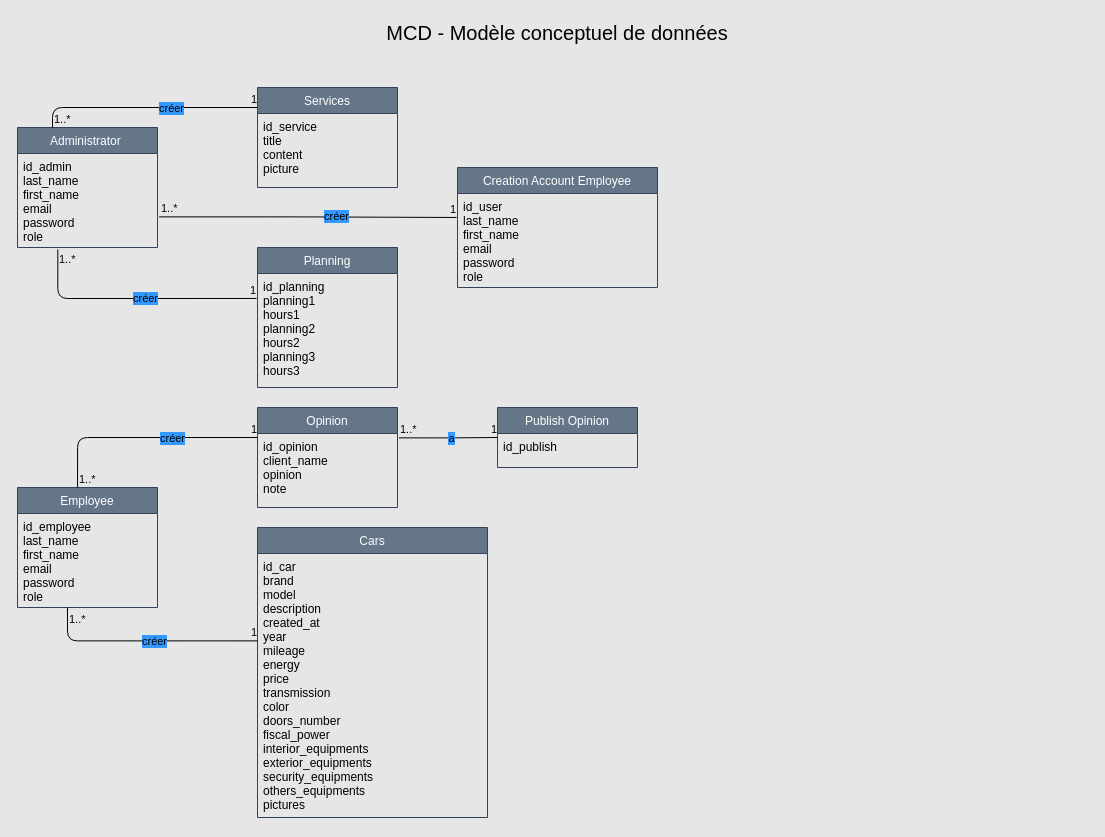
This is Diagrammes/MCD.drawio from Neeruam244/garageparrot, a draw.io file, before an edit. Source tidied: cells renumbered, new cells numbered last; positions are measured from the earlier drawing's top-left corner, leaving out a move shared by most shapes. Both pictures are drawn from the tidied source at 100%, with x=0, y=0 at pixel (17, 17).
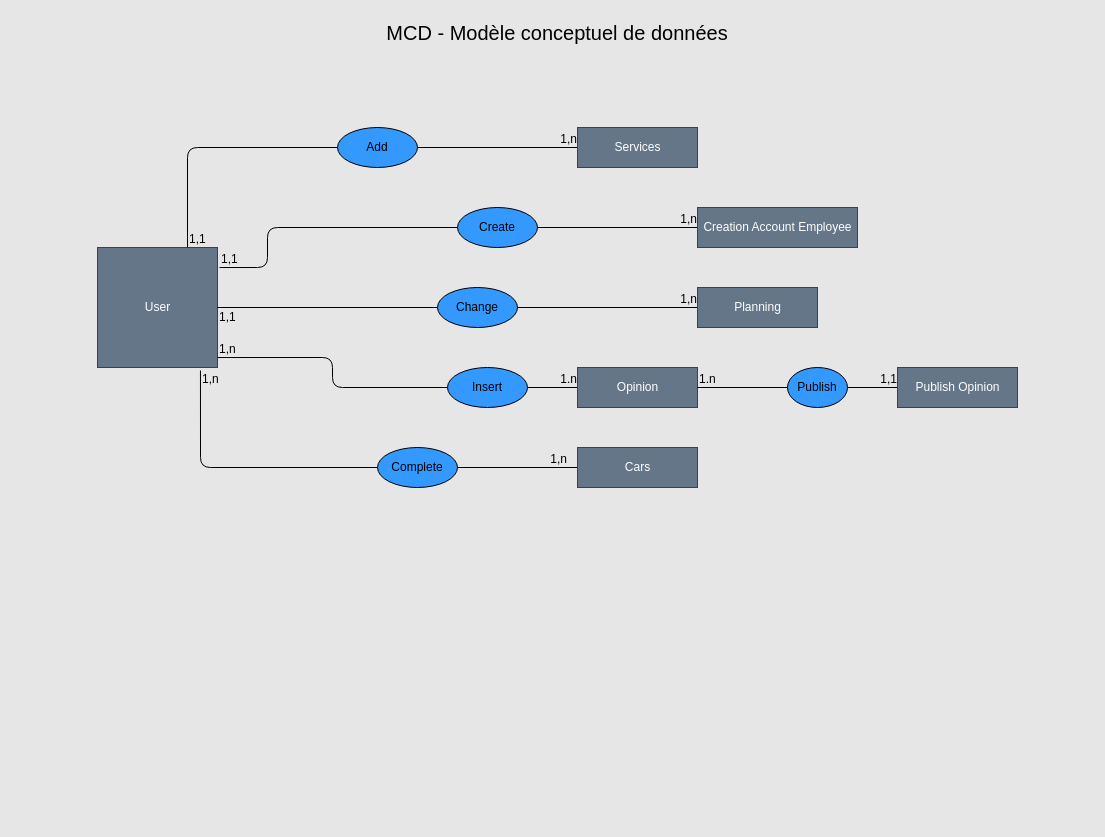
The same page after the edit.

What changed in the source:
```diff
@@
-    <mxCell id="2" value="Administrator " style="swimlane;fontStyle=0;horizontal=1;startSize=26;fillColor=#647687;fontColor=#ffffff;strokeColor=#314354;" parent="1" vertex="1">
-      <mxGeometry y="110" width="140" height="120" as="geometry" />
-    </mxCell>
-    <mxCell id="3" value="id_admin&#10;last_name&#10;first_name&#10;email &#10;password &#10;role " style="text;strokeColor=none;fillColor=none;align=left;verticalAlign=top;spacingLeft=4;spacingRight=4;overflow=hidden;points=[[0,0.5],[1,0.5]];portConstraint=eastwest;fontColor=#000000;" parent="2" vertex="1">
-      <mxGeometry y="26" width="140" height="94" as="geometry" />
-    </mxCell>
-    <mxCell id="4" value="Employee" style="swimlane;fontStyle=0;horizontal=1;startSize=26;fillColor=#647687;fontColor=#ffffff;strokeColor=#314354;" parent="1" vertex="1">
-      <mxGeometry y="470" width="140" height="120" as="geometry" />
-    </mxCell>
-    <mxCell id="5" value="id_employee&#10;last_name&#10;first_name&#10;email &#10;password &#10;role " style="text;strokeColor=none;fillColor=none;align=left;verticalAlign=top;spacingLeft=4;spacingRight=4;overflow=hidden;points=[[0,0.5],[1,0.5]];portConstraint=eastwest;fontColor=#000000;" parent="4" vertex="1">
-      <mxGeometry y="26" width="140" height="94" as="geometry" />
-    </mxCell>
-    <mxCell id="6" value="Creation Account Employee" style="swimlane;fontStyle=0;horizontal=1;startSize=26;fillColor=#647687;fontColor=#ffffff;strokeColor=#314354;" parent="1" vertex="1">
-      <mxGeometry x="440" y="150" width="200" height="120" as="geometry" />
-    </mxCell>
-    <mxCell id="7" value="id_user&#10;last_name&#10;first_name&#10;email &#10;password &#10;role " style="text;strokeColor=none;fillColor=none;align=left;verticalAlign=top;spacingLeft=4;spacingRight=4;overflow=hidden;points=[[0,0.5],[1,0.5]];portConstraint=eastwest;fontColor=#000000;" parent="6" vertex="1">
-      <mxGeometry y="26" width="200" height="94" as="geometry" />
-    </mxCell>
-    <mxCell id="8" value="Services" style="swimlane;fontStyle=0;horizontal=1;startSize=26;fillColor=#647687;fontColor=#ffffff;strokeColor=#314354;" parent="1" vertex="1">
-      <mxGeometry x="240" y="70" width="140" height="100" as="geometry" />
-    </mxCell>
-    <mxCell id="9" value="id_service&#10;title&#10;content &#10;picture " style="text;strokeColor=none;fillColor=none;align=left;verticalAlign=top;spacingLeft=4;spacingRight=4;overflow=hidden;fontColor=#000000;" parent="8" vertex="1">
-      <mxGeometry y="26" width="140" height="74" as="geometry" />
-    </mxCell>
-    <mxCell id="10" value="Planning" style="swimlane;fontStyle=0;horizontal=1;startSize=26;fillColor=#647687;fontColor=#ffffff;strokeColor=#314354;" parent="1" vertex="1">
-      <mxGeometry x="240" y="230" width="140" height="140" as="geometry" />
-    </mxCell>
-    <mxCell id="11" value="id_planning&#10;planning1 &#10;hours1 &#10;planning2 &#10;hours2 &#10;planning3 &#10;hours3 " style="text;strokeColor=none;fillColor=none;align=left;verticalAlign=top;spacingLeft=4;spacingRight=4;overflow=hidden;points=[[0,0.5],[1,0.5]];portConstraint=eastwest;fontColor=#000000;" parent="10" vertex="1">
-      <mxGeometry y="26" width="140" height="114" as="geometry" />
-    </mxCell>
-    <mxCell id="12" value="Opinion" style="swimlane;fontStyle=0;horizontal=1;startSize=26;fillColor=#647687;fontColor=#ffffff;strokeColor=#314354;" parent="1" vertex="1">
-      <mxGeometry x="240" y="390" width="140" height="100" as="geometry" />
-    </mxCell>
-    <mxCell id="13" value="id_opinion&#10;client_name &#10;opinion&#10;note" style="text;strokeColor=none;fillColor=none;align=left;verticalAlign=top;spacingLeft=4;spacingRight=4;overflow=hidden;points=[[0,0.5],[1,0.5]];portConstraint=eastwest;fontColor=#000000;" parent="12" vertex="1">
-      <mxGeometry y="26" width="140" height="74" as="geometry" />
-    </mxCell>
-    <mxCell id="14" value="Cars" style="swimlane;fontStyle=0;horizontal=1;startSize=26;fillColor=#647687;fontColor=#ffffff;strokeColor=#314354;" parent="1" vertex="1">
-      <mxGeometry x="240" y="510" width="230" height="290" as="geometry" />
-    </mxCell>
-    <mxCell id="15" value="id_car&#10;brand&#10;model&#10;description&#10;created_at&#10;year&#10;mileage&#10;energy&#10;price&#10;transmission&#10;color&#10;doors_number&#10;fiscal_power&#10;interior_equipments&#10;exterior_equipments&#10;security_equipments&#10;others_equipments&#10;pictures" style="text;strokeColor=none;fillColor=none;align=left;verticalAlign=top;spacingLeft=4;spacingRight=4;overflow=hidden;points=[[0,0.5],[1,0.5]];portConstraint=eastwest;fontColor=#000000;" parent="14" vertex="1">
-      <mxGeometry y="26" width="230" height="264" as="geometry" />
-    </mxCell>
-    <mxCell id="16" value="Publish Opinion" style="swimlane;fontStyle=0;horizontal=1;startSize=26;fillColor=#647687;fontColor=#ffffff;strokeColor=#314354;" parent="1" vertex="1">
-      <mxGeometry x="480" y="390" width="140" height="60" as="geometry" />
-    </mxCell>
-    <mxCell id="17" value="id_publish&#10;" style="text;strokeColor=none;fillColor=none;align=left;verticalAlign=top;spacingLeft=4;spacingRight=4;overflow=hidden;points=[[0,0.5],[1,0.5]];portConstraint=eastwest;fontColor=#000000;" parent="16" vertex="1">
-      <mxGeometry y="26" width="140" height="34" as="geometry" />
-    </mxCell>
@@
-    <mxCell id="19" style="endArrow=none;html=1;edgeStyle=orthogonalEdgeStyle;strokeColor=#000000;exitX=0.25;exitY=0;exitDx=0;exitDy=0;entryX=0;entryY=0.2;entryDx=0;entryDy=0;entryPerimeter=0;" parent="1" edge="1" source="2" target="8">
+    <mxCell id="19" style="endArrow=none;html=1;edgeStyle=orthogonalEdgeStyle;strokeColor=#000000;exitX=1;exitY=0.5;exitDx=0;exitDy=0;entryX=0;entryY=0.5;entryDx=0;entryDy=0;startArrow=none;" parent="1" edge="1" source="46" target="8">
       <mxGeometry relative="1" as="geometry" />
     </mxCell>
-    <mxCell id="20" value="1..*" style="edgeLabel;html=1;align=left;verticalAlign=bottom;labelBackgroundColor=none;fontColor=#000000;" parent="19" vertex="1">
-      <mxGeometry x="-1" relative="1" as="geometry" />
-    </mxCell>
-    <mxCell id="21" value="1" style="edgeLabel;html=1;align=right;verticalAlign=bottom;labelBackgroundColor=none;fontColor=#000000;" parent="19" vertex="1">
+    <mxCell id="21" value="1,n" style="edgeLabel;html=1;align=right;verticalAlign=bottom;labelBackgroundColor=none;fontColor=#000000;fontSize=12;" parent="19" vertex="1">
       <mxGeometry x="1" relative="1" as="geometry" />
     </mxCell>
-    <mxCell id="22" value="créer" style="edgeLabel;html=1;align=center;verticalAlign=middle;labelBackgroundColor=#3399FF;fontColor=#000000;" parent="19" vertex="1">
-      <mxGeometry x="0.23" relative="1" as="geometry" />
-    </mxCell>
-    <mxCell id="23" style="endArrow=none;html=1;edgeStyle=orthogonalEdgeStyle;strokeColor=#000000;exitX=0.288;exitY=1.021;exitDx=0;exitDy=0;exitPerimeter=0;entryX=-0.007;entryY=0.219;entryDx=0;entryDy=0;entryPerimeter=0;" parent="1" edge="1" source="3" target="11">
-      <mxGeometry relative="1" as="geometry">
-        <Array as="points">
-          <mxPoint x="40" y="281" />
-        </Array>
-      </mxGeometry>
+    <mxCell id="23" style="endArrow=none;html=1;edgeStyle=orthogonalEdgeStyle;strokeColor=#000000;exitX=1;exitY=0.5;exitDx=0;exitDy=0;entryX=0;entryY=0.5;entryDx=0;entryDy=0;startArrow=none;" parent="1" edge="1" source="49" target="10">
+      <mxGeometry relative="1" as="geometry" />
     </mxCell>
-    <mxCell id="24" value="1..*" style="edgeLabel;html=1;align=left;verticalAlign=bottom;labelBackgroundColor=none;fontColor=#000000;" parent="23" vertex="1">
-      <mxGeometry x="-1" relative="1" as="geometry">
-        <mxPoint y="18" as="offset" />
-      </mxGeometry>
-    </mxCell>
-    <mxCell id="25" value="1" style="edgeLabel;html=1;align=right;verticalAlign=bottom;labelBackgroundColor=none;fontColor=#000000;" parent="23" vertex="1">
+    <mxCell id="25" value="1,n" style="edgeLabel;html=1;align=right;verticalAlign=bottom;labelBackgroundColor=none;fontColor=#000000;fontSize=12;" parent="23" vertex="1">
       <mxGeometry x="1" relative="1" as="geometry" />
     </mxCell>
-    <mxCell id="26" value="créer" style="edgeLabel;html=1;align=center;verticalAlign=middle;labelBackgroundColor=#3399FF;fontColor=#000000;" parent="23" vertex="1">
-      <mxGeometry x="0.1" relative="1" as="geometry" />
-    </mxCell>
-    <mxCell id="27" style="endArrow=none;html=1;edgeStyle=orthogonalEdgeStyle;strokeColor=#000000;entryX=-0.005;entryY=0.255;entryDx=0;entryDy=0;entryPerimeter=0;exitX=1.012;exitY=0.674;exitDx=0;exitDy=0;exitPerimeter=0;" parent="1" edge="1" source="3" target="7">
+    <mxCell id="27" style="endArrow=none;html=1;edgeStyle=orthogonalEdgeStyle;strokeColor=#000000;entryX=0;entryY=0.5;entryDx=0;entryDy=0;exitX=1;exitY=0.5;exitDx=0;exitDy=0;startArrow=none;" parent="1" edge="1" source="58" target="6">
       <mxGeometry relative="1" as="geometry" />
     </mxCell>
-    <mxCell id="28" value="1..*" style="edgeLabel;html=1;align=left;verticalAlign=bottom;labelBackgroundColor=none;fontColor=#000000;" parent="27" vertex="1">
-      <mxGeometry x="-1" relative="1" as="geometry" />
-    </mxCell>
-    <mxCell id="29" value="1" style="edgeLabel;html=1;align=right;verticalAlign=bottom;labelBackgroundColor=none;fontColor=#000000;" parent="27" vertex="1">
+    <mxCell id="29" value="1,n" style="edgeLabel;html=1;align=right;verticalAlign=bottom;labelBackgroundColor=none;fontColor=#000000;fontSize=12;" parent="27" vertex="1">
       <mxGeometry x="1" relative="1" as="geometry" />
     </mxCell>
-    <mxCell id="30" value="créer" style="edgeLabel;html=1;align=center;verticalAlign=middle;labelBackgroundColor=#3399FF;fontColor=#000000;" parent="27" vertex="1">
-      <mxGeometry x="0.19" y="1" relative="1" as="geometry" />
-    </mxCell>
-    <mxCell id="31" style="endArrow=none;html=1;edgeStyle=orthogonalEdgeStyle;strokeColor=#000000;fontColor=#000000;exitX=0.429;exitY=0;exitDx=0;exitDy=0;exitPerimeter=0;entryX=0;entryY=0.054;entryDx=0;entryDy=0;entryPerimeter=0;" parent="1" edge="1" source="4" target="13">
+    <mxCell id="31" style="endArrow=none;html=1;edgeStyle=orthogonalEdgeStyle;strokeColor=#000000;fontColor=#000000;exitX=1;exitY=0.5;exitDx=0;exitDy=0;entryX=0;entryY=0.5;entryDx=0;entryDy=0;startArrow=none;" parent="1" edge="1" source="52" target="12">
       <mxGeometry relative="1" as="geometry" />
     </mxCell>
-    <mxCell id="32" value="1..*" style="edgeLabel;html=1;align=left;verticalAlign=bottom;labelBackgroundColor=none;fontColor=#000000;" parent="31" vertex="1">
-      <mxGeometry x="-1" relative="1" as="geometry" />
-    </mxCell>
-    <mxCell id="33" value="1" style="edgeLabel;html=1;align=right;verticalAlign=bottom;labelBackgroundColor=none;fontColor=#000000;" parent="31" vertex="1">
+    <mxCell id="33" value="1.n" style="edgeLabel;html=1;align=right;verticalAlign=bottom;labelBackgroundColor=none;fontColor=#000000;fontSize=12;" parent="31" vertex="1">
       <mxGeometry x="1" relative="1" as="geometry" />
     </mxCell>
-    <mxCell id="34" value="créer" style="edgeLabel;html=1;align=center;verticalAlign=middle;fontColor=#000000;labelBackgroundColor=#3399FF;" parent="31" vertex="1">
-      <mxGeometry x="0.25" y="-1" relative="1" as="geometry" />
-    </mxCell>
-    <mxCell id="35" style="endArrow=none;html=1;edgeStyle=orthogonalEdgeStyle;strokeColor=#000000;fontColor=#000000;exitX=0.357;exitY=1;exitDx=0;exitDy=0;exitPerimeter=0;entryX=0;entryY=0.331;entryDx=0;entryDy=0;entryPerimeter=0;" parent="1" edge="1" source="5" target="15">
+    <mxCell id="35" style="endArrow=none;html=1;edgeStyle=orthogonalEdgeStyle;strokeColor=#000000;fontColor=#000000;exitX=1;exitY=0.5;exitDx=0;exitDy=0;entryX=0;entryY=0.5;entryDx=0;entryDy=0;startArrow=none;" parent="1" edge="1" source="55" target="14">
       <mxGeometry relative="1" as="geometry" />
     </mxCell>
-    <mxCell id="36" value="1..*" style="edgeLabel;html=1;align=left;verticalAlign=bottom;labelBackgroundColor=none;fontColor=#000000;" parent="35" vertex="1">
-      <mxGeometry x="-1" relative="1" as="geometry">
-        <mxPoint y="20" as="offset" />
-      </mxGeometry>
-    </mxCell>
-    <mxCell id="37" value="1" style="edgeLabel;html=1;align=right;verticalAlign=bottom;labelBackgroundColor=none;fontColor=#000000;" parent="35" vertex="1">
-      <mxGeometry x="1" relative="1" as="geometry" />
+    <mxCell id="37" value="1,n" style="edgeLabel;html=1;align=right;verticalAlign=bottom;labelBackgroundColor=none;fontColor=#000000;fontSize=12;" parent="35" vertex="1">
+      <mxGeometry x="1" relative="1" as="geometry">
+        <mxPoint x="-10" as="offset" />
+      </mxGeometry>
     </mxCell>
-    <mxCell id="38" value="créer" style="edgeLabel;html=1;align=center;verticalAlign=middle;fontColor=#000000;labelBackgroundColor=#3399FF;" parent="35" vertex="1">
-      <mxGeometry x="0.07" relative="1" as="geometry" />
-    </mxCell>
-    <mxCell id="39" style="endArrow=none;html=1;edgeStyle=orthogonalEdgeStyle;strokeColor=#000000;fontColor=#000000;entryX=0;entryY=0.118;entryDx=0;entryDy=0;entryPerimeter=0;exitX=1.01;exitY=0.059;exitDx=0;exitDy=0;exitPerimeter=0;" parent="1" edge="1" source="13" target="17">
+    <mxCell id="39" style="endArrow=none;html=1;edgeStyle=orthogonalEdgeStyle;strokeColor=#000000;fontColor=#000000;entryX=0;entryY=0.5;entryDx=0;entryDy=0;exitX=1;exitY=0.5;exitDx=0;exitDy=0;startArrow=none;" parent="1" edge="1" source="61" target="16">
       <mxGeometry relative="1" as="geometry" />
     </mxCell>
-    <mxCell id="40" value="1..*" style="edgeLabel;html=1;align=left;verticalAlign=bottom;labelBackgroundColor=none;fontColor=#000000;" parent="39" vertex="1">
-      <mxGeometry x="-1" relative="1" as="geometry" />
-    </mxCell>
-    <mxCell id="41" value="1" style="edgeLabel;html=1;align=right;verticalAlign=bottom;labelBackgroundColor=none;fontColor=#000000;" parent="39" vertex="1">
+    <mxCell id="41" value="1,1" style="edgeLabel;html=1;align=right;verticalAlign=bottom;labelBackgroundColor=none;fontColor=#000000;fontSize=12;" parent="39" vertex="1">
       <mxGeometry x="1" relative="1" as="geometry" />
     </mxCell>
-    <mxCell id="42" value="a" style="edgeLabel;html=1;align=center;verticalAlign=middle;fontColor=#000000;labelBackgroundColor=#3399FF;" parent="39" vertex="1">
-      <mxGeometry x="0.08" relative="1" as="geometry" />
-    </mxCell>
+    <mxCell id="43" value="User" style="html=1;labelBackgroundColor=none;fontColor=#ffffff;fillColor=#647687;strokeColor=#314354;" parent="1" vertex="1">
+      <mxGeometry x="80" y="230" width="120" height="120" as="geometry" />
+    </mxCell>
+    <mxCell id="8" value="Services" style="html=1;labelBackgroundColor=none;fontColor=#ffffff;fillColor=#647687;strokeColor=#314354;" parent="1" vertex="1">
+      <mxGeometry x="560" y="110" width="120" height="40" as="geometry" />
+    </mxCell>
+    <mxCell id="10" value="Planning" style="html=1;labelBackgroundColor=none;fontColor=#ffffff;fillColor=#647687;strokeColor=#314354;" parent="1" vertex="1">
+      <mxGeometry x="680" y="270" width="120" height="40" as="geometry" />
+    </mxCell>
+    <mxCell id="6" value="Creation Account Employee" style="html=1;labelBackgroundColor=none;fontColor=#ffffff;fillColor=#647687;strokeColor=#314354;" parent="1" vertex="1">
+      <mxGeometry x="680" y="190" width="160" height="40" as="geometry" />
+    </mxCell>
+    <mxCell id="12" value="Opinion" style="html=1;labelBackgroundColor=none;fontColor=#ffffff;fillColor=#647687;strokeColor=#314354;" parent="1" vertex="1">
+      <mxGeometry x="560" y="350" width="120" height="40" as="geometry" />
+    </mxCell>
+    <mxCell id="16" value="Publish Opinion" style="html=1;labelBackgroundColor=none;fontColor=#ffffff;fillColor=#647687;strokeColor=#314354;" parent="1" vertex="1">
+      <mxGeometry x="880" y="350" width="120" height="40" as="geometry" />
+    </mxCell>
+    <mxCell id="14" value="Cars" style="html=1;labelBackgroundColor=none;fontColor=#ffffff;fillColor=#647687;strokeColor=#314354;" parent="1" vertex="1">
+      <mxGeometry x="560" y="430" width="120" height="40" as="geometry" />
+    </mxCell>
+    <mxCell id="44" style="endArrow=none;html=1;edgeStyle=orthogonalEdgeStyle;strokeColor=#000000;exitX=0.75;exitY=0;exitDx=0;exitDy=0;entryX=0;entryY=0.5;entryDx=0;entryDy=0;" parent="1" edge="1" source="43" target="46">
+      <mxGeometry relative="1" as="geometry">
+        <Array as="points">
+          <mxPoint x="170" y="130" />
+        </Array>
+      </mxGeometry>
+    </mxCell>
+    <mxCell id="45" value="1,1" style="edgeLabel;html=1;align=left;verticalAlign=bottom;labelBackgroundColor=none;fontColor=#000000;fontSize=12;" parent="44" vertex="1">
+      <mxGeometry x="-1" relative="1" as="geometry" />
+    </mxCell>
+    <mxCell id="46" value="Add" style="ellipse;whiteSpace=wrap;html=1;labelBackgroundColor=none;fontColor=#000000;fillColor=#3399FF;" parent="1" vertex="1">
+      <mxGeometry x="320" y="110" width="80" height="40" as="geometry" />
+    </mxCell>
+    <mxCell id="47" style="endArrow=none;html=1;edgeStyle=orthogonalEdgeStyle;strokeColor=#000000;entryX=0;entryY=0.5;entryDx=0;entryDy=0;exitX=1;exitY=0.5;exitDx=0;exitDy=0;" parent="1" edge="1" source="43" target="49">
+      <mxGeometry relative="1" as="geometry" />
+    </mxCell>
+    <mxCell id="48" value="1,1" style="edgeLabel;html=1;align=left;verticalAlign=bottom;labelBackgroundColor=none;fontColor=#000000;fontSize=12;" parent="47" vertex="1">
+      <mxGeometry x="-1" relative="1" as="geometry">
+        <mxPoint y="18" as="offset" />
+      </mxGeometry>
+    </mxCell>
+    <mxCell id="49" value="Change" style="ellipse;whiteSpace=wrap;html=1;labelBackgroundColor=none;fontColor=#000000;fillColor=#3399FF;" parent="1" vertex="1">
+      <mxGeometry x="420" y="270" width="80" height="40" as="geometry" />
+    </mxCell>
+    <mxCell id="50" style="endArrow=none;html=1;edgeStyle=orthogonalEdgeStyle;strokeColor=#000000;fontColor=#000000;exitX=1;exitY=0.917;exitDx=0;exitDy=0;entryX=0;entryY=0.5;entryDx=0;entryDy=0;exitPerimeter=0;" parent="1" edge="1" source="43" target="52">
+      <mxGeometry relative="1" as="geometry" />
+    </mxCell>
+    <mxCell id="51" value="1,n" style="edgeLabel;html=1;align=left;verticalAlign=bottom;labelBackgroundColor=none;fontColor=#000000;fontSize=12;" parent="50" vertex="1">
+      <mxGeometry x="-1" relative="1" as="geometry" />
+    </mxCell>
+    <mxCell id="52" value="Insert" style="ellipse;whiteSpace=wrap;html=1;labelBackgroundColor=none;fontColor=#000000;fillColor=#3399FF;" parent="1" vertex="1">
+      <mxGeometry x="430" y="350" width="80" height="40" as="geometry" />
+    </mxCell>
+    <mxCell id="53" style="endArrow=none;html=1;edgeStyle=orthogonalEdgeStyle;strokeColor=#000000;fontColor=#000000;exitX=0.858;exitY=1.025;exitDx=0;exitDy=0;exitPerimeter=0;entryX=0;entryY=0.5;entryDx=0;entryDy=0;" parent="1" edge="1" source="43" target="55">
+      <mxGeometry relative="1" as="geometry">
+        <Array as="points">
+          <mxPoint x="183" y="450" />
+        </Array>
+      </mxGeometry>
+    </mxCell>
+    <mxCell id="54" value="1,n" style="edgeLabel;html=1;align=left;verticalAlign=bottom;labelBackgroundColor=none;fontColor=#000000;fontSize=12;" parent="53" vertex="1">
+      <mxGeometry x="-1" relative="1" as="geometry">
+        <mxPoint y="17" as="offset" />
+      </mxGeometry>
+    </mxCell>
+    <mxCell id="55" value="Complete" style="ellipse;whiteSpace=wrap;html=1;labelBackgroundColor=none;fontColor=#000000;fillColor=#3399FF;" parent="1" vertex="1">
+      <mxGeometry x="360" y="430" width="80" height="40" as="geometry" />
+    </mxCell>
+    <mxCell id="56" style="endArrow=none;html=1;edgeStyle=orthogonalEdgeStyle;strokeColor=#000000;entryX=0;entryY=0.5;entryDx=0;entryDy=0;exitX=1.017;exitY=0.167;exitDx=0;exitDy=0;exitPerimeter=0;" parent="1" edge="1" source="43" target="58">
+      <mxGeometry relative="1" as="geometry">
+        <Array as="points">
+          <mxPoint x="250" y="250" />
+          <mxPoint x="250" y="210" />
+        </Array>
+      </mxGeometry>
+    </mxCell>
+    <mxCell id="57" value="1,1" style="edgeLabel;html=1;align=left;verticalAlign=bottom;labelBackgroundColor=none;fontColor=#000000;fontSize=12;" parent="56" vertex="1">
+      <mxGeometry x="-1" relative="1" as="geometry" />
+    </mxCell>
+    <mxCell id="58" value="Create" style="ellipse;whiteSpace=wrap;html=1;labelBackgroundColor=none;fontColor=#000000;fillColor=#3399FF;" parent="1" vertex="1">
+      <mxGeometry x="440" y="190" width="80" height="40" as="geometry" />
+    </mxCell>
+    <mxCell id="59" style="endArrow=none;html=1;edgeStyle=orthogonalEdgeStyle;strokeColor=#000000;fontColor=#000000;entryX=0;entryY=0.5;entryDx=0;entryDy=0;exitX=1;exitY=0.5;exitDx=0;exitDy=0;" parent="1" edge="1" source="12" target="61">
+      <mxGeometry relative="1" as="geometry" />
+    </mxCell>
+    <mxCell id="60" value="1.n" style="edgeLabel;html=1;align=left;verticalAlign=bottom;labelBackgroundColor=none;fontColor=#000000;fontSize=12;" parent="59" vertex="1">
+      <mxGeometry x="-1" relative="1" as="geometry" />
+    </mxCell>
+    <mxCell id="61" value="Publish" style="ellipse;whiteSpace=wrap;html=1;labelBackgroundColor=none;fontColor=#000000;fillColor=#3399FF;" parent="1" vertex="1">
+      <mxGeometry x="770" y="350" width="60" height="40" as="geometry" />
+    </mxCell>
```
